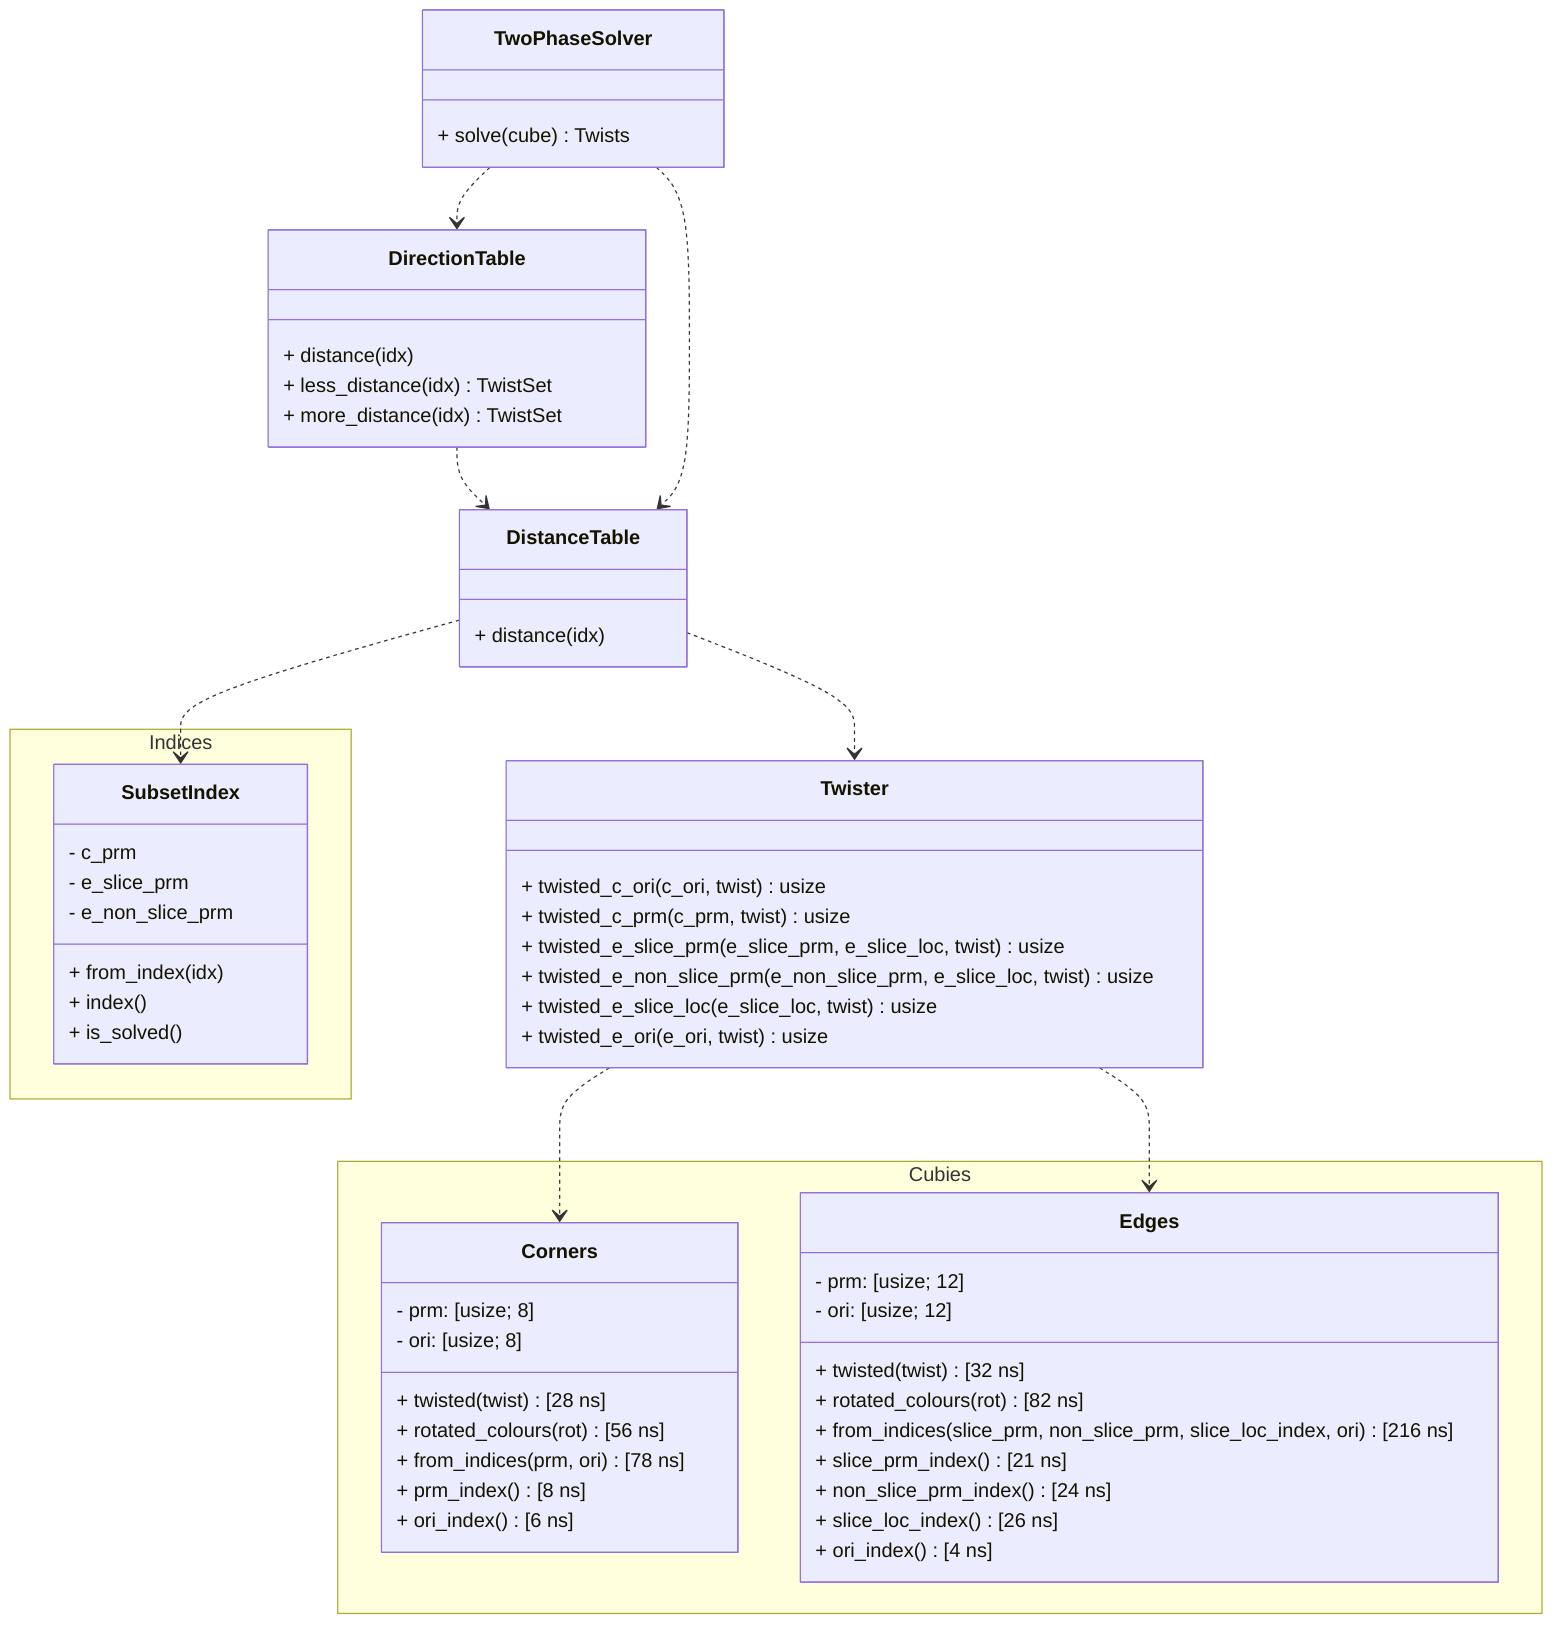
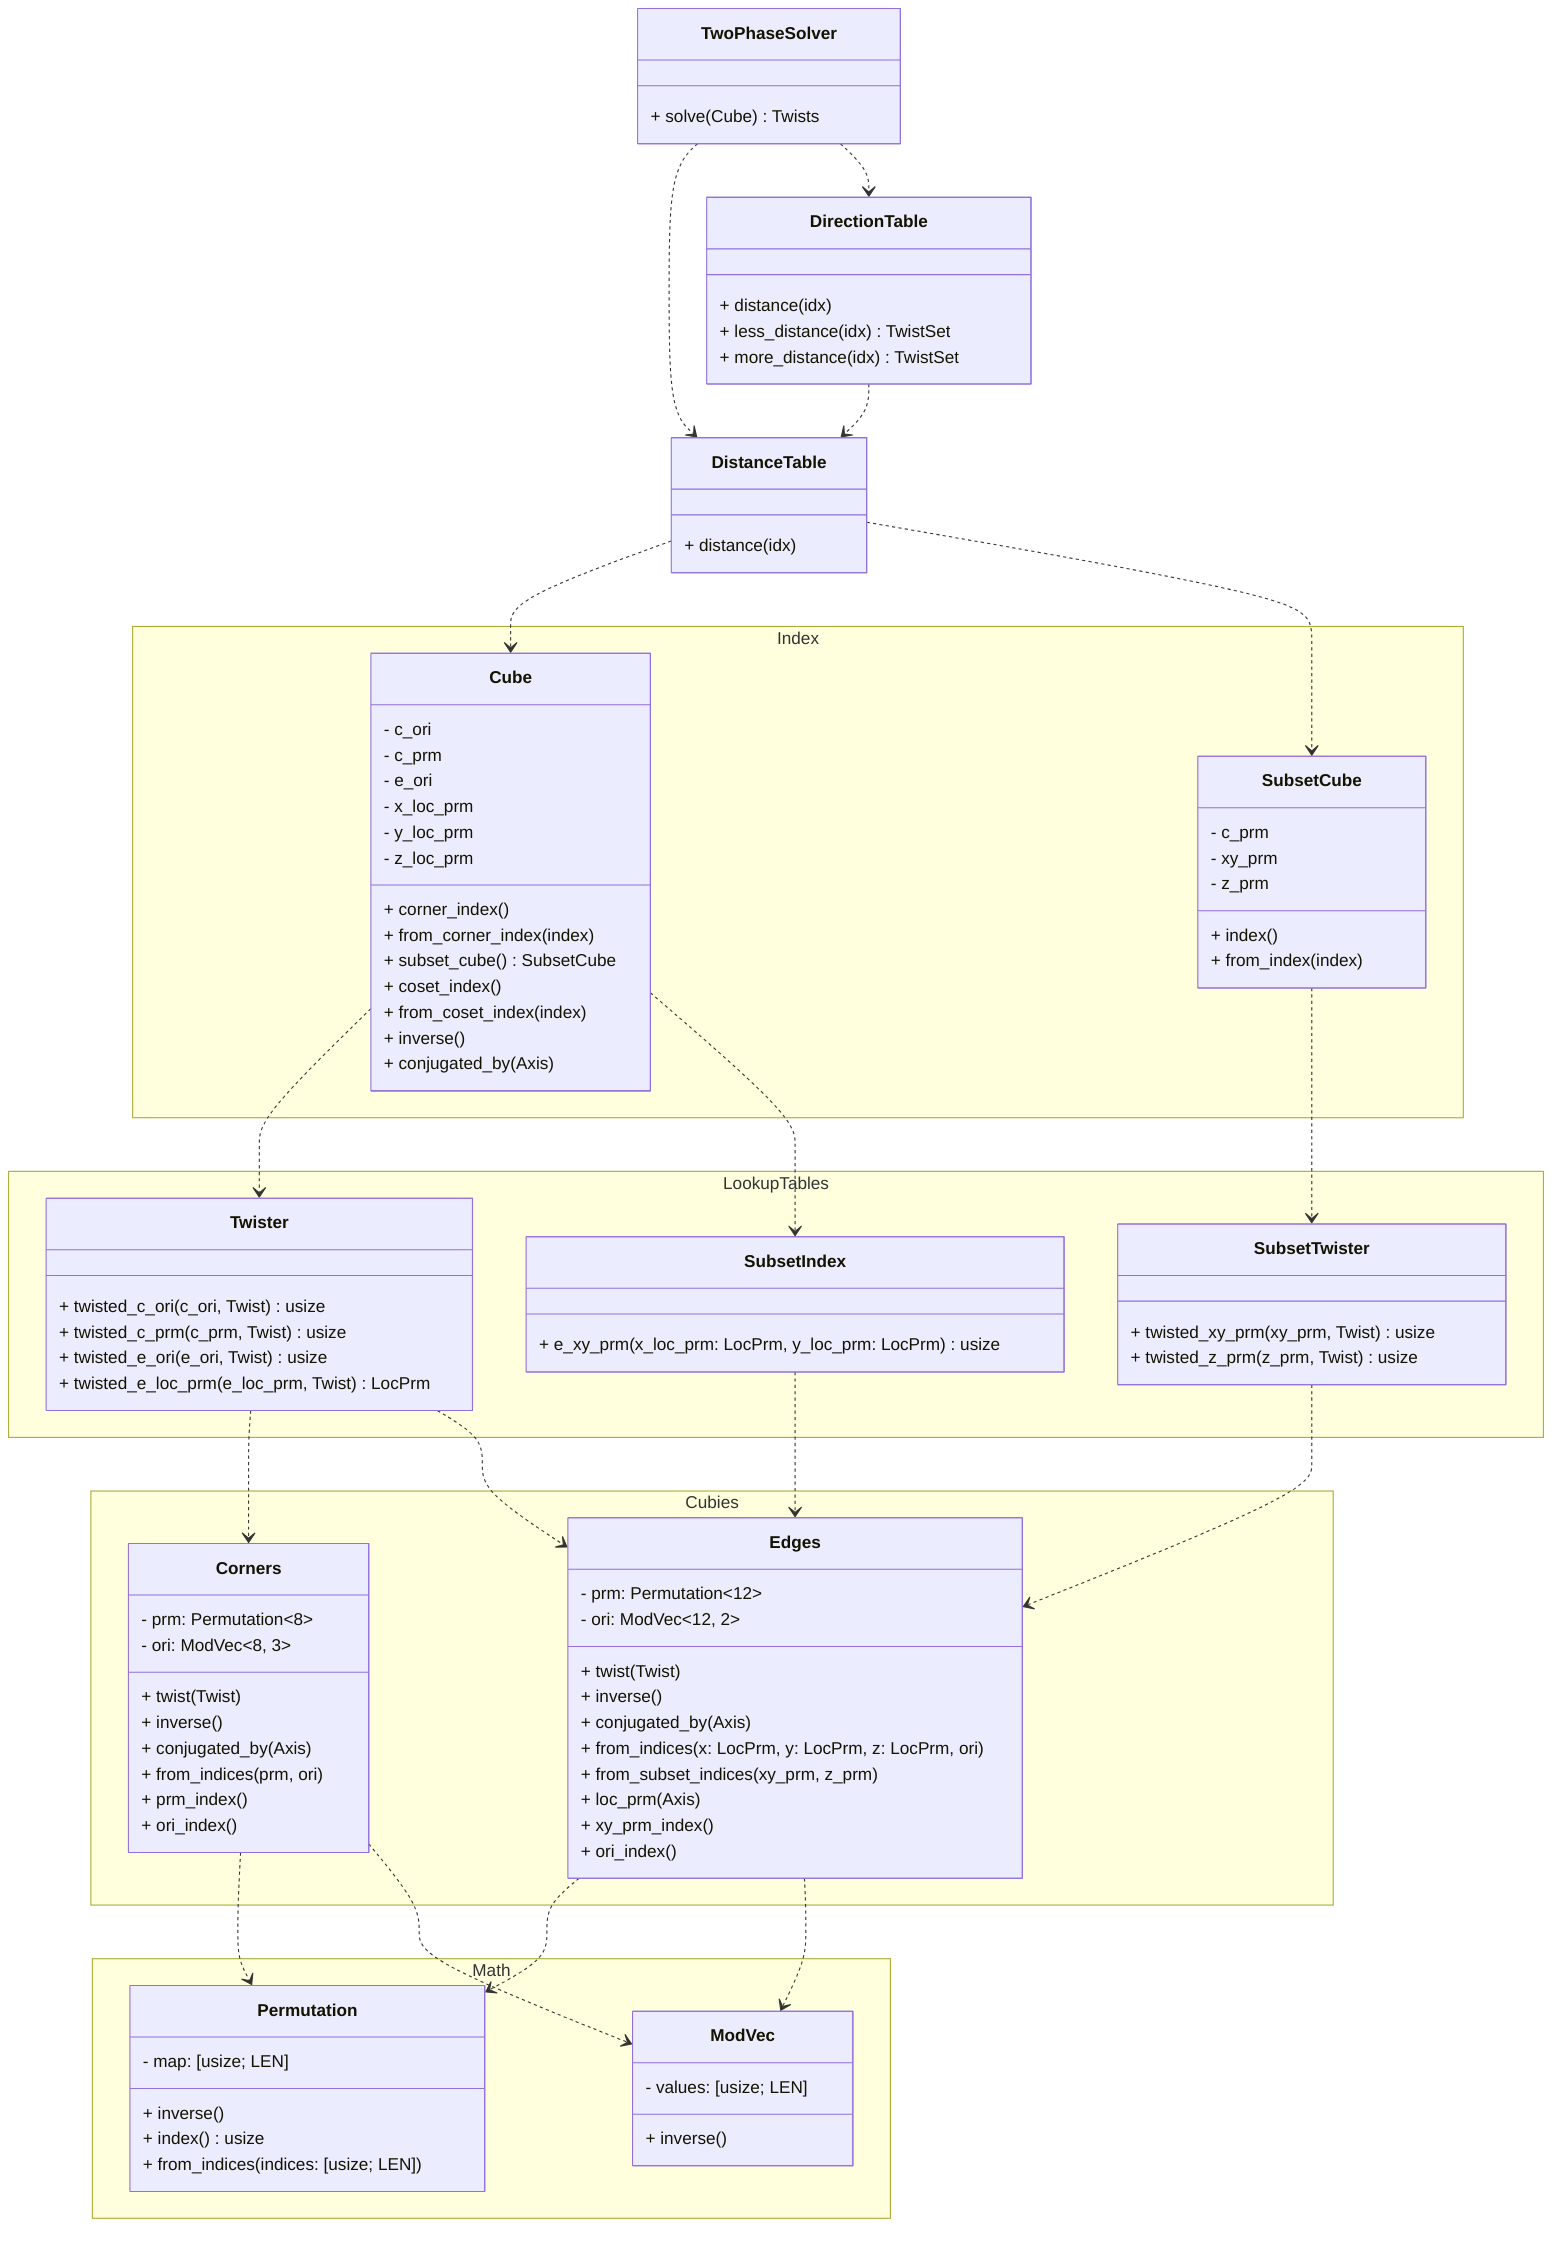
classDiagram
-     namespace Cubies {
-         class Corners {
-             - prm: [usize; 8]
-             - ori: [usize; 8]
-             + twisted(twist) [28 ns]
-             + rotated_colours(rot) [56 ns]
-             + from_indices(prm, ori) [78 ns]
-             + prm_index() [8 ns]
-             + ori_index() [6 ns]
+     namespace Math {
+         class Permutation {
+             - map: [usize; LEN]
+             + inverse()
+             + index() usize
+             + from_indices(indices: [usize; LEN])
        }
-         class Edges {
-             - prm: [usize; 12]
-             - ori: [usize; 12]
-             + twisted(twist) [32 ns]
-             + rotated_colours(rot) [82 ns]
-             + from_indices(slice_prm, non_slice_prm, slice_loc_index, ori) [216 ns]
-             + slice_prm_index() [21 ns]
-             + non_slice_prm_index() [24 ns]
-             + slice_loc_index() [26 ns]
-             + ori_index() [4 ns]
-         }
-     }
-     namespace Indices {
-         class SubsetIndex {
-             - c_prm
-             - e_slice_prm
-             - e_non_slice_prm
-             + from_index(idx)
-             + index()
-             + is_solved()
+         class ModVec {
+             - values: [usize; LEN]
+             + inverse()
        }
    }

-     class Twister {
-         + twisted_c_ori(c_ori, twist) usize
-         + twisted_c_prm(c_prm, twist) usize
-         + twisted_e_slice_prm(e_slice_prm, e_slice_loc, twist) usize
-         + twisted_e_non_slice_prm(e_non_slice_prm, e_slice_loc, twist) usize
-         + twisted_e_slice_loc(e_slice_loc, twist) usize
-         + twisted_e_ori(e_ori, twist) usize
+     namespace Cubies {
+         class Corners {
+             - prm: Permutation<8>
+             - ori: ModVec<8, 3>
+             + twist(Twist)
+             + inverse()
+             + conjugated_by(Axis)
+             + from_indices(prm, ori)
+             + prm_index()
+             + ori_index()
+         }
+         class Edges {
+             - prm: Permutation<12>
+             - ori: ModVec<12, 2>
+             + twist(Twist)
+             + inverse()
+             + conjugated_by(Axis)
+             + from_indices(x: LocPrm, y: LocPrm, z: LocPrm, ori)
+             + from_subset_indices(xy_prm, z_prm)
+             + loc_prm(Axis)
+             + xy_prm_index()
+             + ori_index()
+         }
+     }
+     Corners ..> Permutation
+     Corners ..> ModVec
+     Edges ..> Permutation
+     Edges ..> ModVec
+ 
+     namespace LookupTables {
+         class Twister {
+             + twisted_c_ori(c_ori, Twist) usize
+             + twisted_c_prm(c_prm, Twist) usize
+             + twisted_e_ori(e_ori, Twist) usize
+             + twisted_e_loc_prm(e_loc_prm, Twist) LocPrm
+         }
+         class SubsetIndex {
+             + e_xy_prm(x_loc_prm: LocPrm, y_loc_prm: LocPrm) usize
+         }
+         class SubsetTwister {
+             + twisted_xy_prm(xy_prm, Twist) usize
+             + twisted_z_prm(z_prm, Twist) usize
+         }
    }
    Twister ..> Corners
    Twister ..> Edges
+     SubsetTwister ..> Edges
+     SubsetIndex ..> Edges
+ 
+     namespace Index {
+         class Cube {
+             - c_ori
+             - c_prm
+             - e_ori
+             - x_loc_prm
+             - y_loc_prm
+             - z_loc_prm
+             + corner_index()
+             + from_corner_index(index)
+             + subset_cube() SubsetCube
+             + coset_index()
+             + from_coset_index(index)
+             + inverse()
+             + conjugated_by(Axis)
+         }
+         class SubsetCube {
+             - c_prm
+             - xy_prm
+             - z_prm
+             + index()
+             + from_index(index)
+         }
+     }
+     Cube ..> Twister
+     Cube ..> SubsetIndex
+     SubsetCube ..> SubsetTwister

    class DistanceTable {
        + distance(idx)
    }
-     DistanceTable ..> SubsetIndex
-     DistanceTable ..> Twister
+     DistanceTable ..> Cube
+     DistanceTable ..> SubsetCube

    class DirectionTable {
        + distance(idx)
        + less_distance(idx) TwistSet
        + more_distance(idx) TwistSet
    }
    DirectionTable ..> DistanceTable

    class TwoPhaseSolver {
-         + solve(cube) Twists
+         + solve(Cube) Twists
    }
    TwoPhaseSolver ..> DistanceTable
    TwoPhaseSolver ..> DirectionTable
